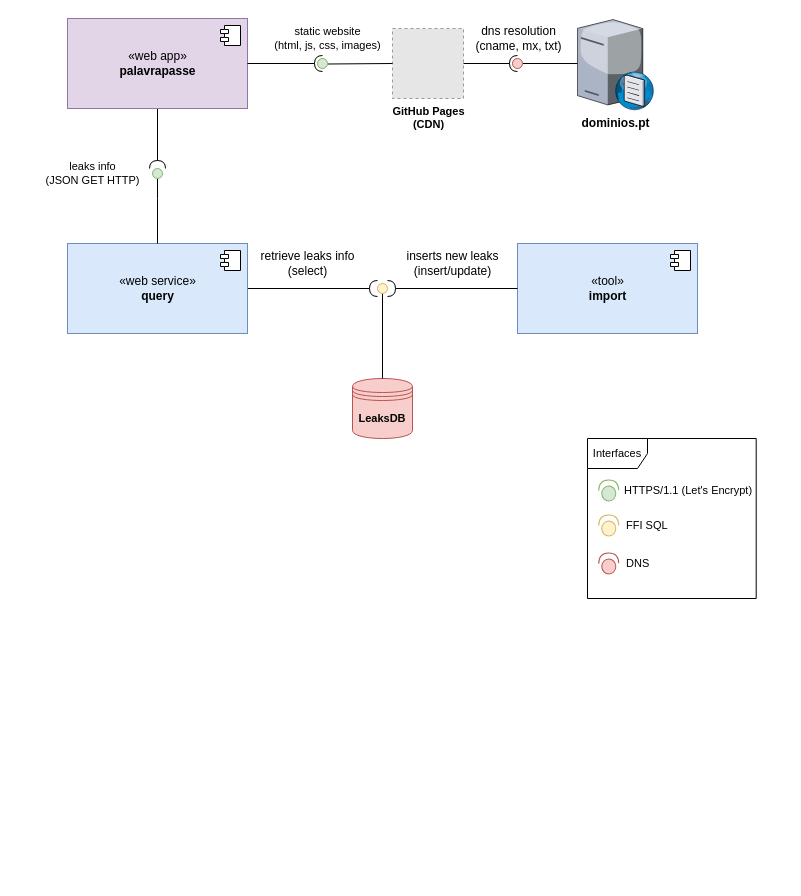
This is core/src/003-system-communication.drawio from palavrapasse/docs, a draw.io file, before an edit. Source tidied: cells renumbered, new cells numbered last; positions are measured from the earlier drawing's top-left corner, leaving out a move shared by most shapes. Both pictures are drawn from the tidied source at 100%, with x=0, y=0 at pixel (32, 17). Pictures stored in the file or linked from it are replaced by grey dashed boxes.
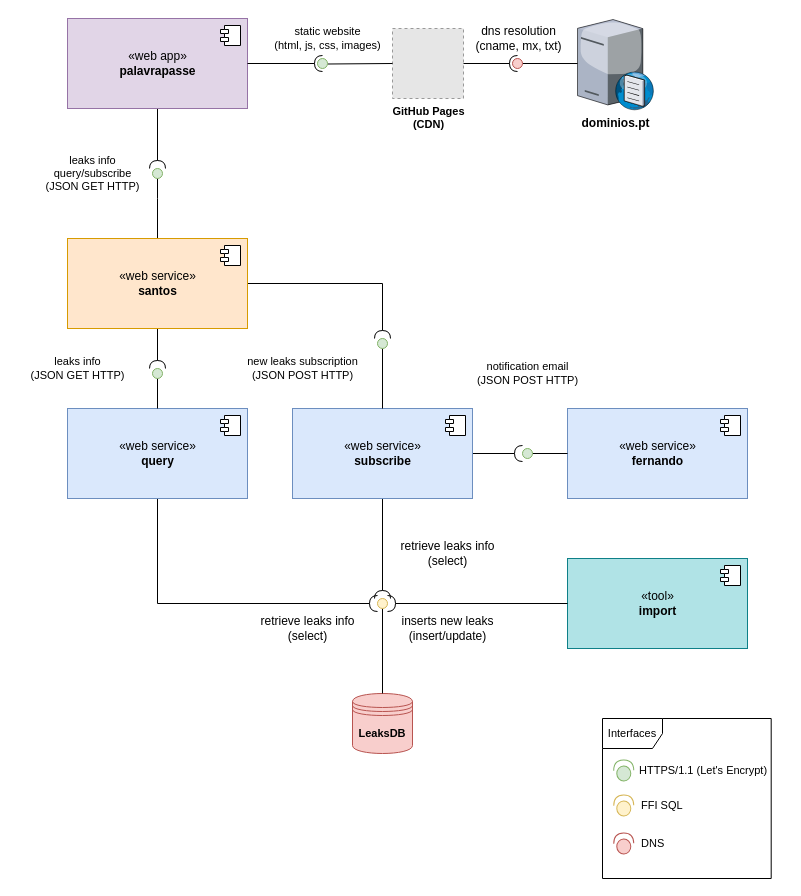
After the change.

Commit message (it also covers changes not shown here):
include santos, subscribe and fernando services

Unchanged cells that the change refers to:
```xml
<mxCell id="14" style="ellipse;whiteSpace=wrap;html=1;align=center;points=[];outlineConnect=0;sketch=0;strokeColor=#82b366;fontSize=11;fillColor=#d5e8d4;" parent="1" vertex="1">
  <mxGeometry x="120" y="151" width="10" height="10" as="geometry" />
</mxCell>
<mxCell id="18" value="&lt;b&gt;GitHub Pages&lt;br&gt;(CDN)&lt;/b&gt;" style="fillColor=#E6E6E6;strokeColor=#999999;dashed=1;html=1;verticalAlign=top;verticalLabelPosition=bottom;labelBackgroundColor=#ffffff;fontSize=11;" parent="1" vertex="1">
  <mxGeometry x="360" y="11" width="71" height="70" as="geometry" />
</mxCell>
```

The edit, as a diff of the source:
```diff
@@
-    <mxCell id="2" value="«tool»&lt;br&gt;&lt;b&gt;import&lt;/b&gt;" style="html=1;fillColor=#dae8fc;strokeColor=#6c8ebf;" parent="1" vertex="1">
-      <mxGeometry x="485" y="226" width="180" height="90" as="geometry" />
+    <mxCell id="2" value="«tool»&lt;br&gt;&lt;b&gt;import&lt;/b&gt;" style="html=1;fillColor=#b0e3e6;strokeColor=#0e8088;" parent="1" vertex="1">
+      <mxGeometry x="535" y="541" width="180" height="90" as="geometry" />
     </mxCell>
@@
     <mxCell id="4" value="inserts new leaks&lt;br&gt;(insert/update)" style="text;html=1;align=center;verticalAlign=middle;strokeColor=none;fillColor=none;" parent="1" vertex="1">
-      <mxGeometry x="360" y="226" width="120" height="40" as="geometry" />
+      <mxGeometry x="355" y="591" width="120" height="40" as="geometry" />
     </mxCell>
     <mxCell id="5" style="edgeStyle=orthogonalEdgeStyle;rounded=0;jumpSize=6;jettySize=auto;html=1;strokeWidth=1;fontSize=11;startArrow=none;startFill=0;endArrow=halfCircle;endFill=0;endSize=6;" parent="1" edge="1" source="6" target="12">
-      <mxGeometry relative="1" as="geometry" />
+      <mxGeometry relative="1" as="geometry">
+        <Array as="points">
+          <mxPoint x="125" y="586" />
+        </Array>
+      </mxGeometry>
     </mxCell>
     <mxCell id="6" value="«web service»&lt;br&gt;&lt;b&gt;query&lt;/b&gt;" style="html=1;fillColor=#dae8fc;strokeColor=#6c8ebf;" parent="1" vertex="1">
-      <mxGeometry x="35" y="226" width="180" height="90" as="geometry" />
+      <mxGeometry x="35" y="391" width="180" height="90" as="geometry" />
     </mxCell>
@@
     <mxCell id="8" value="retrieve leaks info&lt;br&gt;(select)" style="text;html=1;align=center;verticalAlign=middle;strokeColor=none;fillColor=none;" parent="1" vertex="1">
-      <mxGeometry x="215" y="226" width="120" height="40" as="geometry" />
+      <mxGeometry x="215" y="591" width="120" height="40" as="geometry" />
     </mxCell>
     <mxCell id="9" value="&lt;b&gt;LeaksDB&lt;/b&gt;" style="shape=datastore;whiteSpace=wrap;html=1;strokeColor=#b85450;fontSize=11;fillColor=#f8cecc;" parent="1" vertex="1">
-      <mxGeometry x="320" y="361" width="60" height="60" as="geometry" />
+      <mxGeometry x="320" y="676" width="60" height="60" as="geometry" />
     </mxCell>
@@
     <mxCell id="12" style="ellipse;whiteSpace=wrap;html=1;align=center;points=[];outlineConnect=0;sketch=0;strokeColor=#d6b656;fontSize=11;fillColor=#fff2cc;" parent="1" vertex="1">
-      <mxGeometry x="345" y="266" width="10" height="10" as="geometry" />
+      <mxGeometry x="345" y="581" width="10" height="10" as="geometry" />
     </mxCell>
-    <mxCell id="13" style="rounded=0;jettySize=auto;html=1;endArrow=none;endFill=0;sketch=0;sourcePerimeterSpacing=0;targetPerimeterSpacing=0;strokeWidth=1;fontSize=11;endSize=6;jumpSize=6;exitX=0.5;exitY=0;exitDx=0;exitDy=0;" parent="1" edge="1" source="6" target="14">
+    <mxCell id="13" style="rounded=0;jettySize=auto;html=1;endArrow=none;endFill=0;sketch=0;sourcePerimeterSpacing=0;targetPerimeterSpacing=0;strokeWidth=1;fontSize=11;endSize=6;jumpSize=6;exitX=0.5;exitY=0;exitDx=0;exitDy=0;" parent="1" edge="1" source="42" target="14">
       <mxGeometry relative="1" as="geometry">
         <Array as="points">
           <mxPoint x="125" y="181" />
         </Array>
       </mxGeometry>
     </mxCell>
@@
-    <mxCell id="23" value="leaks info&lt;br&gt;(JSON GET HTTP)" style="text;html=1;align=center;verticalAlign=middle;strokeColor=none;fillColor=none;fontSize=11;" parent="1" vertex="1">
-      <mxGeometry y="136" width="120" height="40" as="geometry" />
+    <mxCell id="23" value="leaks info&lt;br&gt;query/subscribe&lt;br&gt;(JSON GET HTTP)" style="text;html=1;align=center;verticalAlign=middle;strokeColor=none;fillColor=none;fontSize=11;" parent="1" vertex="1">
+      <mxGeometry y="131" width="120" height="50" as="geometry" />
     </mxCell>
-    <mxCell id="24" style="group;" parent="1" vertex="1">
-      <mxGeometry x="555" y="421" width="190" height="160" as="geometry" />
-    </mxCell>
+    <mxCell id="35" value="&lt;b&gt;dominios.pt&lt;/b&gt;" style="verticalLabelPosition=bottom;sketch=0;html=1;verticalAlign=top;strokeColor=none;align=center;outlineConnect=0;shape=mxgraph.citrix.dns_server;" parent="1" vertex="1">
+      <mxGeometry x="545" y="-0.2" width="76.5" height="92.5" as="geometry" />
+    </mxCell>
+    <mxCell id="36" style="rounded=0;jettySize=auto;html=1;endArrow=none;endFill=0;sketch=0;sourcePerimeterSpacing=0;targetPerimeterSpacing=0;" parent="1" edge="1" source="35" target="38">
+      <mxGeometry relative="1" as="geometry" />
+    </mxCell>
+    <mxCell id="37" style="rounded=0;jettySize=auto;html=1;endArrow=halfCircle;endFill=0;entryX=0.5;entryY=0.5;endSize=6;strokeWidth=1;sketch=0;exitX=1;exitY=0.5;exitDx=0;exitDy=0;" parent="1" edge="1" source="18" target="38">
+      <mxGeometry relative="1" as="geometry" />
+    </mxCell>
+    <mxCell id="38" style="ellipse;whiteSpace=wrap;html=1;align=center;points=[];outlineConnect=0;sketch=0;fillColor=#f8cecc;strokeColor=#b85450;" parent="1" vertex="1">
+      <mxGeometry x="480" y="41" width="10" height="10" as="geometry" />
+    </mxCell>
+    <mxCell id="39" value="dns resolution&lt;br&gt;(cname, mx, txt)" style="text;html=1;align=center;verticalAlign=middle;strokeColor=none;fillColor=none;" parent="1" vertex="1">
+      <mxGeometry x="431" y="1" width="110" height="40" as="geometry" />
+    </mxCell>
+    <mxCell id="40" style="edgeStyle=orthogonalEdgeStyle;rounded=0;jettySize=auto;html=1;endArrow=halfCircle;endFill=0;" parent="1" edge="1" source="42" target="49">
+      <mxGeometry relative="1" as="geometry" />
+    </mxCell>
+    <mxCell id="41" style="edgeStyle=orthogonalEdgeStyle;rounded=0;jettySize=auto;html=1;endArrow=halfCircle;endFill=0;" parent="1" edge="1" source="42" target="51">
+      <mxGeometry relative="1" as="geometry">
+        <Array as="points">
+          <mxPoint x="350" y="266" />
+        </Array>
+      </mxGeometry>
+    </mxCell>
+    <mxCell id="42" value="«web service»&lt;br&gt;&lt;b&gt;santos&lt;/b&gt;" style="html=1;fillColor=#ffe6cc;strokeColor=#d79b00;" parent="1" vertex="1">
+      <mxGeometry x="35" y="221" width="180" height="90" as="geometry" />
+    </mxCell>
+    <mxCell id="43" style="shape=module;jettyWidth=8;jettyHeight=4;" parent="42" vertex="1">
+      <mxGeometry x="1" width="20" height="20" relative="1" as="geometry">
+        <mxPoint x="-27" y="7" as="offset" />
+      </mxGeometry>
+    </mxCell>
-    <mxCell id="25" value="Interfaces" style="shape=umlFrame;whiteSpace=wrap;html=1;strokeColor=default;fontSize=11;" parent="24" vertex="1">
-      <mxGeometry width="168.7" height="160" as="geometry" />
+    <mxCell id="25" value="Interfaces" style="shape=umlFrame;whiteSpace=wrap;html=1;strokeColor=default;fontSize=11;" parent="1" vertex="1">
+      <mxGeometry x="570" y="701" width="168.7" height="160" as="geometry" />
     </mxCell>
-    <mxCell id="26" style="group;" parent="24" vertex="1">
-      <mxGeometry x="10.5" y="37" width="179.5" height="30" as="geometry" />
-    </mxCell>
-    <mxCell id="27" style="shape=providedRequiredInterface;html=1;verticalLabelPosition=bottom;sketch=0;strokeColor=#82b366;fontSize=11;rotation=-91;fillColor=#d5e8d4;" parent="26" vertex="1">
-      <mxGeometry x="0.2" y="5" width="21.1" height="20" as="geometry" />
+    <mxCell id="27" style="shape=providedRequiredInterface;html=1;verticalLabelPosition=bottom;sketch=0;strokeColor=#82b366;fontSize=11;rotation=-91;fillColor=#d5e8d4;" parent="1" vertex="1">
+      <mxGeometry x="580.7" y="743" width="21.1" height="20" as="geometry" />
     </mxCell>
-    <mxCell id="28" value="&amp;nbsp;HTTPS/1.1 (Let's Encrypt)" style="text;html=1;align=left;verticalAlign=middle;strokeColor=none;fillColor=none;fontSize=11;" parent="26" vertex="1">
-      <mxGeometry x="21.3" width="150" height="30" as="geometry" />
+    <mxCell id="28" value="&amp;nbsp;HTTPS/1.1 (Let's Encrypt)" style="text;html=1;align=left;verticalAlign=middle;strokeColor=none;fillColor=none;fontSize=11;" parent="1" vertex="1">
+      <mxGeometry x="601.8" y="738" width="150" height="30" as="geometry" />
     </mxCell>
-    <mxCell id="29" style="group;" parent="24" vertex="1">
-      <mxGeometry x="10.5" y="72" width="105.6" height="30" as="geometry" />
+    <mxCell id="29" style="group;" parent="1" vertex="1">
+      <mxGeometry x="580.5" y="773" width="105.6" height="30" as="geometry" />
     </mxCell>
@@
-    <mxCell id="32" style="group;" parent="24" vertex="1">
-      <mxGeometry x="10.5" y="110" width="105.6" height="30" as="geometry" />
+    <mxCell id="32" style="group;" parent="1" vertex="1">
+      <mxGeometry x="580.5" y="811" width="105.6" height="30" as="geometry" />
     </mxCell>
@@
-    <mxCell id="35" value="&lt;b&gt;dominios.pt&lt;/b&gt;" style="verticalLabelPosition=bottom;sketch=0;html=1;verticalAlign=top;strokeColor=none;align=center;outlineConnect=0;shape=mxgraph.citrix.dns_server;" parent="1" vertex="1">
-      <mxGeometry x="545" y="-0.2" width="76.5" height="92.5" as="geometry" />
-    </mxCell>
-    <mxCell id="36" style="rounded=0;jettySize=auto;html=1;endArrow=none;endFill=0;sketch=0;sourcePerimeterSpacing=0;targetPerimeterSpacing=0;" parent="1" edge="1" source="35" target="38">
-      <mxGeometry relative="1" as="geometry" />
-    </mxCell>
-    <mxCell id="37" style="rounded=0;jettySize=auto;html=1;endArrow=halfCircle;endFill=0;entryX=0.5;entryY=0.5;endSize=6;strokeWidth=1;sketch=0;exitX=1;exitY=0.5;exitDx=0;exitDy=0;" parent="1" edge="1" source="18" target="38">
-      <mxGeometry relative="1" as="geometry" />
-    </mxCell>
-    <mxCell id="38" style="ellipse;whiteSpace=wrap;html=1;align=center;points=[];outlineConnect=0;sketch=0;fillColor=#f8cecc;strokeColor=#b85450;" parent="1" vertex="1">
-      <mxGeometry x="480" y="41" width="10" height="10" as="geometry" />
-    </mxCell>
-    <mxCell id="39" value="dns resolution&lt;br&gt;(cname, mx, txt)" style="text;html=1;align=center;verticalAlign=middle;strokeColor=none;fillColor=none;" parent="1" vertex="1">
-      <mxGeometry x="431" y="1" width="110" height="40" as="geometry" />
-    </mxCell>
+    <mxCell id="44" style="edgeStyle=orthogonalEdgeStyle;rounded=0;jettySize=auto;html=1;endArrow=halfCircle;endFill=0;" parent="1" edge="1" source="46" target="12">
+      <mxGeometry relative="1" as="geometry" />
+    </mxCell>
+    <mxCell id="45" style="edgeStyle=orthogonalEdgeStyle;rounded=0;jettySize=auto;html=1;endArrow=halfCircle;endFill=0;" parent="1" edge="1" source="46" target="57">
+      <mxGeometry relative="1" as="geometry" />
+    </mxCell>
+    <mxCell id="46" value="«web service»&lt;br&gt;&lt;b&gt;subscribe&lt;/b&gt;" style="html=1;fillColor=#dae8fc;strokeColor=#6c8ebf;" parent="1" vertex="1">
+      <mxGeometry x="260" y="391" width="180" height="90" as="geometry" />
+    </mxCell>
+    <mxCell id="47" style="shape=module;jettyWidth=8;jettyHeight=4;" parent="46" vertex="1">
+      <mxGeometry x="1" width="20" height="20" relative="1" as="geometry">
+        <mxPoint x="-27" y="7" as="offset" />
+      </mxGeometry>
+    </mxCell>
+    <mxCell id="48" style="rounded=0;jettySize=auto;html=1;endArrow=none;endFill=0;sketch=0;sourcePerimeterSpacing=0;targetPerimeterSpacing=0;strokeWidth=1;fontSize=11;endSize=6;jumpSize=6;exitX=0.5;exitY=0;exitDx=0;exitDy=0;" parent="1" edge="1" source="6" target="49">
+      <mxGeometry relative="1" as="geometry" />
+    </mxCell>
+    <mxCell id="49" style="ellipse;whiteSpace=wrap;html=1;align=center;points=[];outlineConnect=0;sketch=0;strokeColor=#82b366;fontSize=11;fillColor=#d5e8d4;" parent="1" vertex="1">
+      <mxGeometry x="120" y="351" width="10" height="10" as="geometry" />
+    </mxCell>
+    <mxCell id="50" style="rounded=0;jettySize=auto;html=1;endArrow=none;endFill=0;sketch=0;sourcePerimeterSpacing=0;targetPerimeterSpacing=0;strokeWidth=1;fontSize=11;endSize=6;jumpSize=6;exitX=0.5;exitY=0;exitDx=0;exitDy=0;" parent="1" edge="1" source="46" target="51">
+      <mxGeometry relative="1" as="geometry" />
+    </mxCell>
+    <mxCell id="51" style="ellipse;whiteSpace=wrap;html=1;align=center;points=[];outlineConnect=0;sketch=0;strokeColor=#82b366;fontSize=11;fillColor=#d5e8d4;" parent="1" vertex="1">
+      <mxGeometry x="345" y="321" width="10" height="10" as="geometry" />
+    </mxCell>
+    <mxCell id="52" value="leaks info&lt;br&gt;(JSON GET HTTP)" style="text;html=1;align=center;verticalAlign=middle;strokeColor=none;fillColor=none;fontSize=11;" parent="1" vertex="1">
+      <mxGeometry x="-15" y="331" width="120" height="40" as="geometry" />
+    </mxCell>
+    <mxCell id="53" value="new leaks subscription&lt;br&gt;(JSON POST HTTP)" style="text;html=1;align=center;verticalAlign=middle;strokeColor=none;fillColor=none;fontSize=11;" parent="1" vertex="1">
+      <mxGeometry x="205" y="331" width="130" height="40" as="geometry" />
+    </mxCell>
+    <mxCell id="54" value="«web service»&lt;br&gt;&lt;b&gt;fernando&lt;/b&gt;" style="html=1;fillColor=#dae8fc;strokeColor=#6c8ebf;" parent="1" vertex="1">
+      <mxGeometry x="535" y="391" width="180" height="90" as="geometry" />
+    </mxCell>
+    <mxCell id="55" style="shape=module;jettyWidth=8;jettyHeight=4;" parent="54" vertex="1">
+      <mxGeometry x="1" width="20" height="20" relative="1" as="geometry">
+        <mxPoint x="-27" y="7" as="offset" />
+      </mxGeometry>
+    </mxCell>
+    <mxCell id="56" style="rounded=0;jettySize=auto;html=1;endArrow=none;endFill=0;sketch=0;sourcePerimeterSpacing=0;targetPerimeterSpacing=0;strokeWidth=1;fontSize=11;endSize=6;jumpSize=6;exitX=0;exitY=0.5;exitDx=0;exitDy=0;" parent="1" edge="1" source="54" target="57">
+      <mxGeometry relative="1" as="geometry" />
+    </mxCell>
+    <mxCell id="57" style="ellipse;whiteSpace=wrap;html=1;align=center;points=[];outlineConnect=0;sketch=0;strokeColor=#82b366;fontSize=11;fillColor=#d5e8d4;" parent="1" vertex="1">
+      <mxGeometry x="490" y="431" width="10" height="10" as="geometry" />
+    </mxCell>
+    <mxCell id="58" value="notification email&lt;br&gt;(JSON POST HTTP)" style="text;html=1;align=center;verticalAlign=middle;strokeColor=none;fillColor=none;fontSize=11;" parent="1" vertex="1">
+      <mxGeometry x="435" y="336" width="120" height="40" as="geometry" />
+    </mxCell>
+    <mxCell id="59" value="retrieve leaks info&lt;br&gt;(select)" style="text;html=1;align=center;verticalAlign=middle;strokeColor=none;fillColor=none;" parent="1" vertex="1">
+      <mxGeometry x="355" y="516" width="120" height="40" as="geometry" />
+    </mxCell>
```
